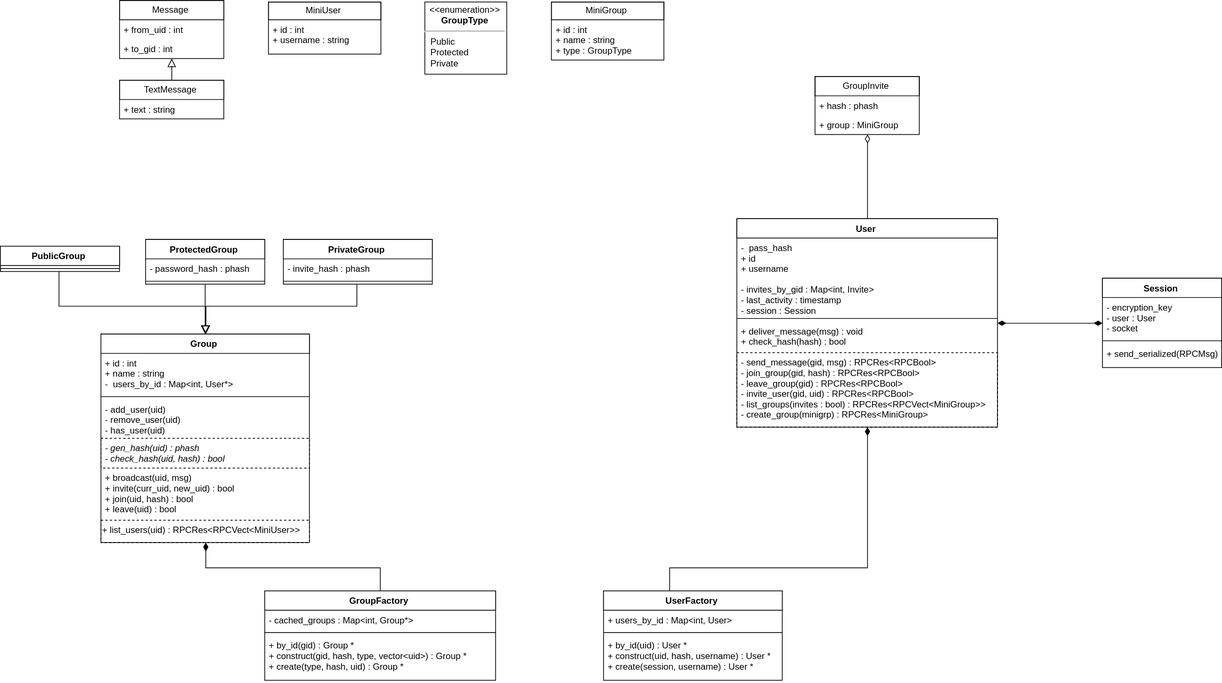
Earlier version of the draw.io export description/Diagram.svg (ChappDev/chapp). Source tidied: cells renumbered, new cells last; positions are measured from the earlier drawing's top-left corner, leaving out a move shared by most shapes.
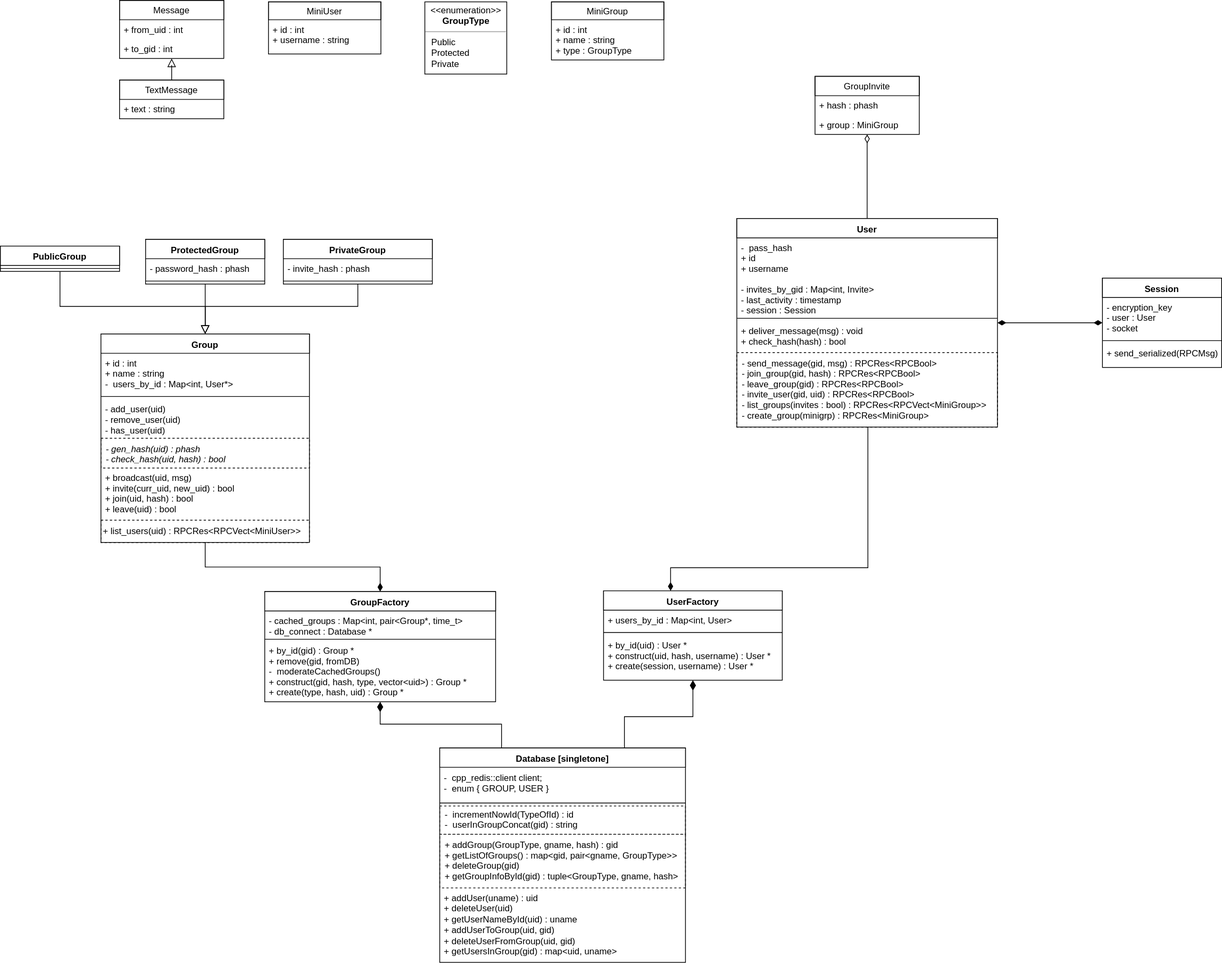
The same diagram one commit later.

Diff of the diagram source:
```diff
@@ -125,22 +125,22 @@
     <mxCell id="37" value="+ by_id(uid) : User *&#10;+ construct(uid, hash, username) : User *&#10;+ create(session, username) : User *&#10;&#10;" style="text;strokeColor=none;fillColor=none;align=left;verticalAlign=top;spacingLeft=4;spacingRight=4;overflow=hidden;points=[[0,0.5],[1,0.5]];portConstraint=eastwest;" parent="34" vertex="1">
       <mxGeometry y="60" width="240" height="60" as="geometry" />
     </mxCell>
-    <mxCell id="38" style="edgeStyle=orthogonalEdgeStyle;rounded=0;html=1;startArrow=none;startFill=0;startSize=9;endArrow=diamondThin;endFill=1;endSize=9;jettySize=auto;strokeWidth=1;fontFamily=Helvetica;fontSize=12;" parent="1" edge="1" source="39" target="2">
+    <mxCell id="38" style="edgeStyle=orthogonalEdgeStyle;rounded=0;html=1;startArrow=diamondThin;startFill=1;startSize=9;endArrow=none;endFill=0;endSize=9;jettySize=auto;strokeWidth=1;fontFamily=Helvetica;fontSize=12;" parent="1" edge="1" source="39" target="2">
       <mxGeometry relative="1" as="geometry" />
     </mxCell>
     <mxCell id="39" value="GroupFactory" style="swimlane;fontStyle=1;align=center;verticalAlign=top;horizontal=1;startSize=26;swimlaneFillColor=#ffffff;strokeColor=#000000;fontFamily=Helvetica;fontSize=12;" parent="1" vertex="1">
-      <mxGeometry x="355" y="793" width="310" height="120" as="geometry" />
+      <mxGeometry x="355" y="794" width="310" height="148" as="geometry" />
     </mxCell>
-    <mxCell id="40" value="- cached_groups : Map&lt;int, Group*&gt;" style="text;strokeColor=none;fillColor=none;align=left;verticalAlign=top;spacingLeft=4;spacingRight=4;overflow=hidden;" parent="39" vertex="1">
-      <mxGeometry y="26" width="310" height="26" as="geometry" />
+    <mxCell id="40" value="- cached_groups : Map&lt;int, pair&lt;Group*, time_t&gt;&#10;- db_connect : Database *" style="text;strokeColor=none;fillColor=none;align=left;verticalAlign=top;spacingLeft=4;spacingRight=4;overflow=hidden;" parent="39" vertex="1">
+      <mxGeometry y="26" width="310" height="34" as="geometry" />
     </mxCell>
     <mxCell id="41" style="line;strokeWidth=1;fillColor=none;align=left;verticalAlign=middle;spacingTop=-1;spacingLeft=3;spacingRight=3;labelPosition=right;" parent="39" vertex="1">
-      <mxGeometry y="52" width="310" height="8" as="geometry" />
+      <mxGeometry y="60" width="310" height="8" as="geometry" />
     </mxCell>
-    <mxCell id="42" value="+ by_id(gid) : Group *&#10;+ construct(gid, hash, type, vector&lt;uid&gt;) : Group *&#10;+ create(type, hash, uid) : Group *&#10;" style="text;strokeColor=none;fillColor=none;align=left;verticalAlign=top;spacingLeft=4;spacingRight=4;overflow=hidden;points=[[0,0.5],[1,0.5]];portConstraint=eastwest;" parent="39" vertex="1">
-      <mxGeometry y="60" width="310" height="60" as="geometry" />
+    <mxCell id="42" value="+ by_id(gid) : Group *&#10;+ remove(gid, fromDB)&#10;-  moderateCachedGroups()&#10;+ construct(gid, hash, type, vector&lt;uid&gt;) : Group *&#10;+ create(type, hash, uid) : Group *" style="text;strokeColor=none;fillColor=none;align=left;verticalAlign=middle;spacingLeft=4;spacingRight=4;overflow=hidden;points=[[0,0.5],[1,0.5]];portConstraint=eastwest;" parent="39" vertex="1">
+      <mxGeometry y="68" width="310" height="80" as="geometry" />
     </mxCell>
-    <mxCell id="43" style="edgeStyle=orthogonalEdgeStyle;rounded=0;html=1;startArrow=none;startFill=0;startSize=9;endArrow=diamondThin;endFill=1;endSize=9;jettySize=auto;strokeWidth=1;fontFamily=Helvetica;fontSize=12;" parent="1" edge="1" source="34" target="21">
+    <mxCell id="43" style="edgeStyle=orthogonalEdgeStyle;rounded=0;html=1;startArrow=diamondThin;startFill=1;startSize=9;endArrow=none;endFill=0;endSize=9;jettySize=auto;strokeWidth=1;fontFamily=Helvetica;fontSize=12;" parent="1" edge="1" source="34" target="21">
       <mxGeometry relative="1" as="geometry">
         <Array as="points">
           <mxPoint x="900" y="762" />
@@ -181,5 +181,39 @@
     <mxCell id="54" value="+ text : string" style="text;strokeColor=none;fillColor=none;align=left;verticalAlign=top;spacingLeft=4;spacingRight=4;overflow=hidden;" parent="53" vertex="1">
       <mxGeometry y="26" width="140" height="26" as="geometry" />
     </mxCell>
+    <mxCell id="55" value="Database [singletone]" style="swimlane;fontStyle=1;align=center;verticalAlign=top;horizontal=1;startSize=26;swimlaneFillColor=#ffffff;strokeColor=#000000;fontFamily=Helvetica;fontSize=12;" parent="1" vertex="1">
+      <mxGeometry x="590" y="1004" width="330" height="288" as="geometry" />
+    </mxCell>
+    <mxCell id="56" value="-  cpp_redis::client client;&#10;-  enum { GROUP, USER }" style="text;strokeColor=none;fillColor=none;align=left;verticalAlign=middle;spacingLeft=4;spacingRight=4;overflow=hidden;" parent="55" vertex="1">
+      <mxGeometry y="26" width="330" height="44" as="geometry" />
+    </mxCell>
+    <mxCell id="57" style="line;strokeWidth=1;fillColor=none;align=left;verticalAlign=middle;spacingTop=-1;spacingLeft=3;spacingRight=3;labelPosition=right;" parent="55" vertex="1">
+      <mxGeometry y="70" width="330" height="8" as="geometry" />
+    </mxCell>
+    <mxCell id="58" value="-  incrementNowId(TypeOfId) : id&#10;-  userInGroupConcat(gid) : string" style="text;strokeColor=#000000;fillColor=none;align=left;verticalAlign=middle;spacingLeft=4;spacingRight=4;overflow=hidden;fontStyle=0;dashed=1;" parent="55" vertex="1">
+      <mxGeometry y="78" width="330" height="38" as="geometry" />
+    </mxCell>
+    <mxCell id="59" value="+ addGroup(GroupType, gname, hash) : gid&#10;+ getListOfGroups() : map&lt;gid, pair&lt;gname, GroupType&gt;&gt;&#10;+ deleteGroup(gid)&#10;+ getGroupInfoById(gid) : tuple&lt;GroupType, gname, hash&gt;" style="text;strokeColor=#000000;fillColor=none;align=left;verticalAlign=middle;spacingLeft=4;spacingRight=4;overflow=hidden;fontStyle=0;dashed=1;" parent="55" vertex="1">
+      <mxGeometry y="116" width="330" height="72" as="geometry" />
+    </mxCell>
+    <mxCell id="60" value="&lt;div&gt;&lt;div&gt;+ addUser(uname) : uid&lt;br&gt;+ deleteUser(uid)&lt;br&gt;+ getUserNameById(uid) : uname&lt;br&gt;+ addUserToGroup(uid, gid)&lt;br&gt;+ deleteUserFromGroup(uid, gid)&lt;br&gt;+ getUsersInGroup(gid) : map&amp;lt;uid, uname&amp;gt;&lt;br&gt;&lt;/div&gt;&lt;/div&gt;" style="text;strokeColor=none;fillColor=none;align=left;verticalAlign=top;spacingLeft=4;spacingRight=4;overflow=hidden;html=1;dashed=1;" parent="55" vertex="1">
+      <mxGeometry y="188" width="330" height="100" as="geometry" />
+    </mxCell>
+    <mxCell id="61" style="edgeStyle=none;rounded=0;html=1;entryX=0.25;entryY=0;startArrow=diamondThin;startFill=1;startSize=11;endArrow=none;endFill=0;endSize=9;jettySize=auto;strokeWidth=1;fontSize=25;fontColor=#000000;" parent="1" edge="1" source="42" target="55">
+      <mxGeometry relative="1" as="geometry">
+        <Array as="points">
+          <mxPoint x="510" y="972" />
+          <mxPoint x="673" y="972" />
+        </Array>
+      </mxGeometry>
+    </mxCell>
+    <mxCell id="62" style="edgeStyle=none;rounded=0;html=1;startArrow=diamondThin;startFill=1;startSize=11;endArrow=none;endFill=0;endSize=9;jettySize=auto;strokeWidth=1;fontSize=25;fontColor=#000000;entryX=0.75;entryY=0;" parent="1" edge="1" source="37" target="55">
+      <mxGeometry relative="1" as="geometry">
+        <Array as="points">
+          <mxPoint x="930" y="962" />
+          <mxPoint x="838" y="962" />
+        </Array>
+      </mxGeometry>
+    </mxCell>
   </root>
 </mxGraphModel>
```
